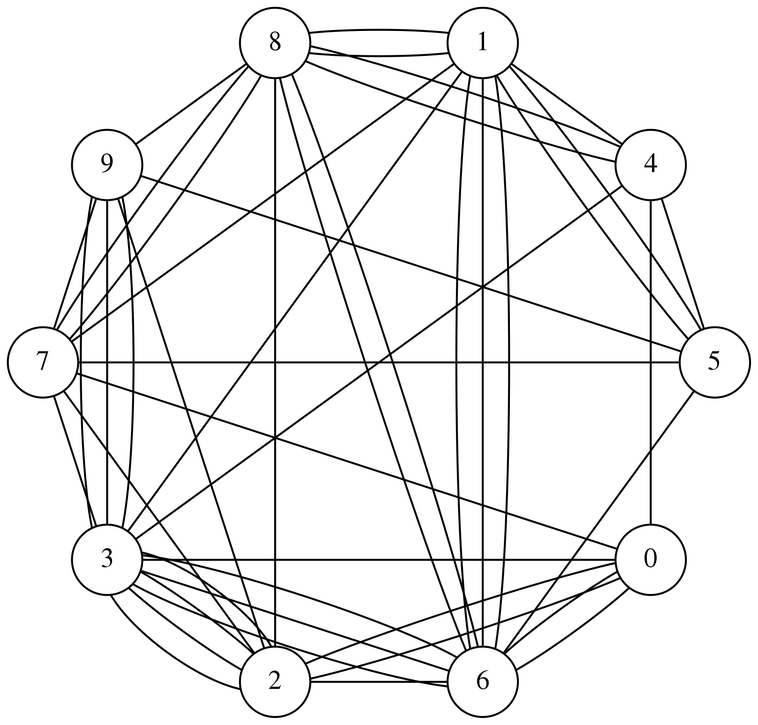
mickey-is-codin/data-structures keeps this Graphviz diagram as graphs-networks/c-networks/graphviz/list_graph.png. Above is the earlier version. Its source is kept beside it as graphs-networks/c-networks/graphviz/list_graph.dot.
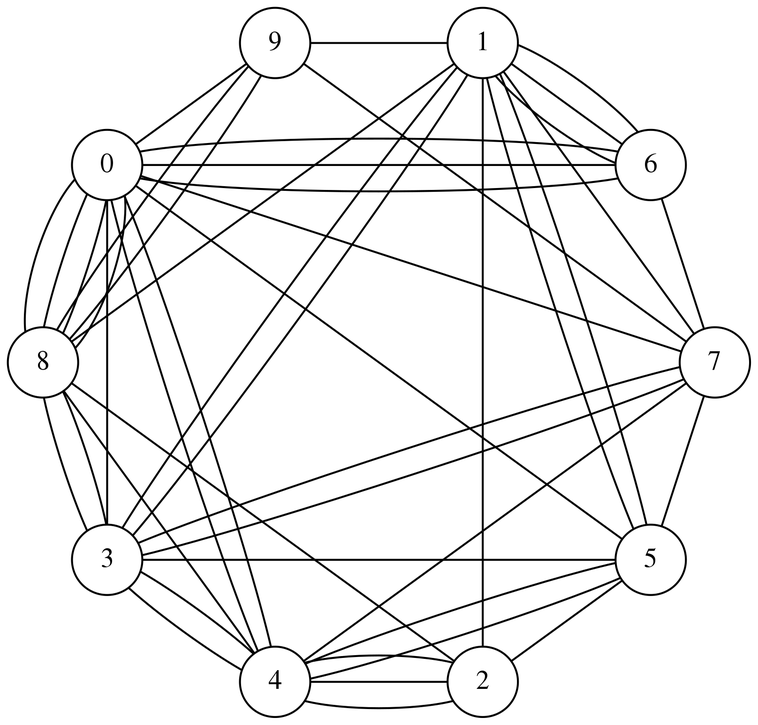
Above is the later version.

Diff of the diagram source:
```diff
@@ -4,49 +4,49 @@
 	size="6,6";
 	rankdir="LR";
 
-	"0" -- "2"
+	"0" -- "5"
+	"0" -- "8"
+	"0" -- "8"
 	"0" -- "6"
-	"1" -- "8"
-	"1" -- "8"
+	"0" -- "4"
+	"0" -- "8"
+	"1" -- "6"
 	"1" -- "5"
-	"1" -- "6"
-	"1" -- "4"
-	"2" -- "3"
-	"2" -- "3"
-	"2" -- "6"
-	"2" -- "7"
-	"2" -- "0"
-	"3" -- "2"
-	"3" -- "2"
+	"1" -- "2"
+	"2" -- "4"
+	"2" -- "8"
+	"2" -- "4"
+	"3" -- "0"
 	"3" -- "1"
-	"3" -- "9"
-	"3" -- "0"
+	"3" -- "5"
+	"3" -- "1"
 	"3" -- "7"
-	"3" -- "9"
-	"3" -- "6"
+	"4" -- "5"
+	"4" -- "3"
 	"4" -- "0"
 	"4" -- "3"
+	"4" -- "2"
+	"5" -- "2"
 	"5" -- "1"
 	"5" -- "4"
+	"6" -- "0"
 	"6" -- "1"
-	"6" -- "5"
-	"6" -- "3"
+	"6" -- "7"
 	"6" -- "1"
 	"6" -- "0"
-	"6" -- "3"
-	"7" -- "8"
+	"7" -- "9"
+	"7" -- "3"
+	"7" -- "0"
+	"7" -- "4"
+	"7" -- "5"
 	"7" -- "1"
-	"7" -- "5"
-	"7" -- "8"
-	"7" -- "0"
-	"8" -- "6"
+	"8" -- "1"
+	"8" -- "4"
+	"8" -- "3"
+	"8" -- "3"
 	"8" -- "9"
-	"8" -- "4"
-	"8" -- "2"
-	"8" -- "6"
-	"8" -- "4"
-	"9" -- "3"
-	"9" -- "5"
-	"9" -- "7"
-	"9" -- "2"
+	"8" -- "0"
+	"9" -- "8"
+	"9" -- "1"
+	"9" -- "0"
 }
```
